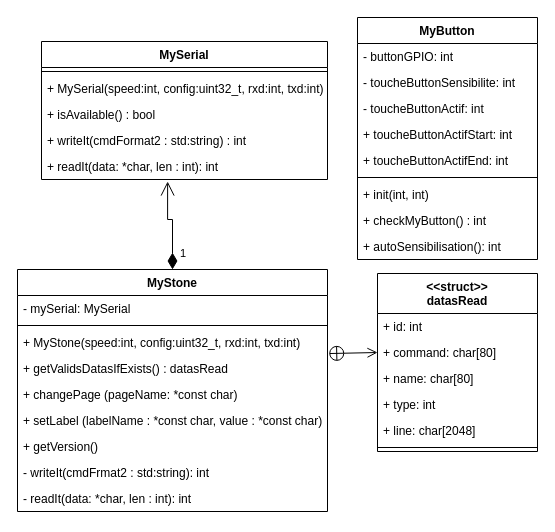
Earlier version of the draw.io diagram s6_e2s_stoneclass-main/docs/StoneSchemaClass.drawio (miralouisepaquin/projet_Four_SAC). Source tidied: cells renumbered, new cells numbered last; positions are measured from the earlier drawing's top-left corner, leaving out a move shared by most shapes. Both pictures are drawn from the tidied source at 100%, with x=0, y=0 at pixel (17, 17).
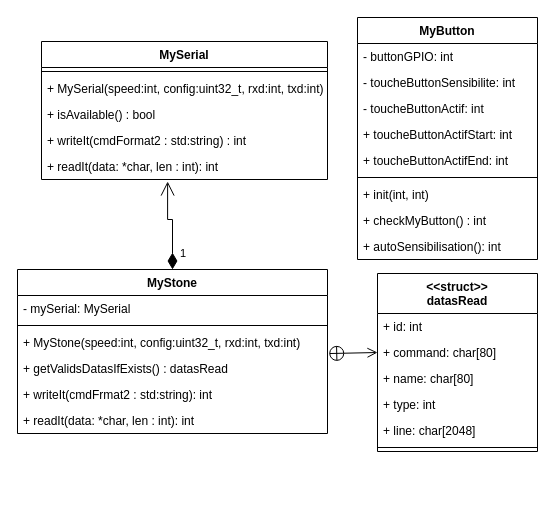
Above is the later version.

Commit message (it also covers changes not shown here):
changement dans les draw.io

changement dans les draw.io

The edit, as a diff of the source:
```diff
@@
     <mxCell id="2" value="MyStone" style="swimlane;fontStyle=1;align=center;verticalAlign=top;horizontal=1;startSize=26;" parent="1" vertex="1">
-      <mxGeometry y="252" width="310" height="242" as="geometry" />
+      <mxGeometry y="252" width="310" height="164" as="geometry" />
     </mxCell>
@@
-    <mxCell id="7" value="+ changePage (pageName: *const char) " style="text;strokeColor=none;fillColor=none;align=left;verticalAlign=top;spacingLeft=4;spacingRight=4;overflow=hidden;" parent="2" vertex="1">
-      <mxGeometry y="112" width="310" height="26" as="geometry" />
-    </mxCell>
-    <mxCell id="8" value="+ setLabel (labelName : *const char, value : *const char)" style="text;strokeColor=none;fillColor=none;align=left;verticalAlign=top;spacingLeft=4;spacingRight=4;overflow=hidden;" parent="2" vertex="1">
-      <mxGeometry y="138" width="310" height="26" as="geometry" />
-    </mxCell>
-    <mxCell id="9" value="+ getVersion()" style="text;strokeColor=none;fillColor=none;align=left;verticalAlign=top;spacingLeft=4;spacingRight=4;overflow=hidden;" parent="2" vertex="1">
-      <mxGeometry y="164" width="310" height="26" as="geometry" />
-    </mxCell>
-    <mxCell id="10" value="- writeIt(cmdFrmat2 : std:string): int" style="text;strokeColor=none;fillColor=none;align=left;verticalAlign=top;spacingLeft=4;spacingRight=4;overflow=hidden;" parent="2" vertex="1">
-      <mxGeometry y="190" width="310" height="26" as="geometry" />
+    <mxCell id="10" value="+ writeIt(cmdFrmat2 : std:string): int" style="text;strokeColor=none;fillColor=none;align=left;verticalAlign=top;spacingLeft=4;spacingRight=4;overflow=hidden;" parent="2" vertex="1">
+      <mxGeometry y="112" width="310" height="26" as="geometry" />
     </mxCell>
-    <mxCell id="11" value="- readIt(data: *char, len : int): int " style="text;strokeColor=none;fillColor=none;align=left;verticalAlign=top;spacingLeft=4;spacingRight=4;overflow=hidden;" parent="2" vertex="1">
-      <mxGeometry y="216" width="310" height="26" as="geometry" />
+    <mxCell id="11" value="+ readIt(data: *char, len : int): int " style="text;strokeColor=none;fillColor=none;align=left;verticalAlign=top;spacingLeft=4;spacingRight=4;overflow=hidden;" parent="2" vertex="1">
+      <mxGeometry y="138" width="310" height="26" as="geometry" />
     </mxCell>
```
